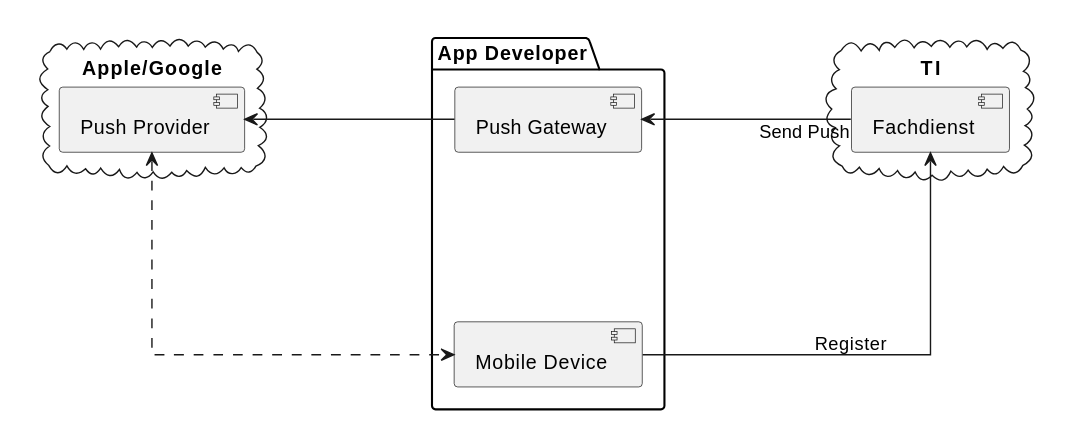
Above: images/diagrams/push_overview.svg in gematik/gem-push-notifications-concept (PlantUML), before the change. The source it was exported from:
```plantuml
@startuml
!theme gematik from ../puml

skinparam nodesep 150

cloud "Apple/Google" {
    component "Push Provider" as PushProvider
}

package "App Developer" {
    component "Push Gateway" as PushGateway
    component "Mobile Device" as MobileDevice
}

PushGateway -left-> PushProvider

MobileDevice <-up.> PushProvider

PushGateway -[hidden]-- MobileDevice

cloud "TI" {
    component Fachdienst
}

Fachdienst <-- MobileDevice : Register
Fachdienst -> PushGateway : "\tSend Push"
@enduml
```
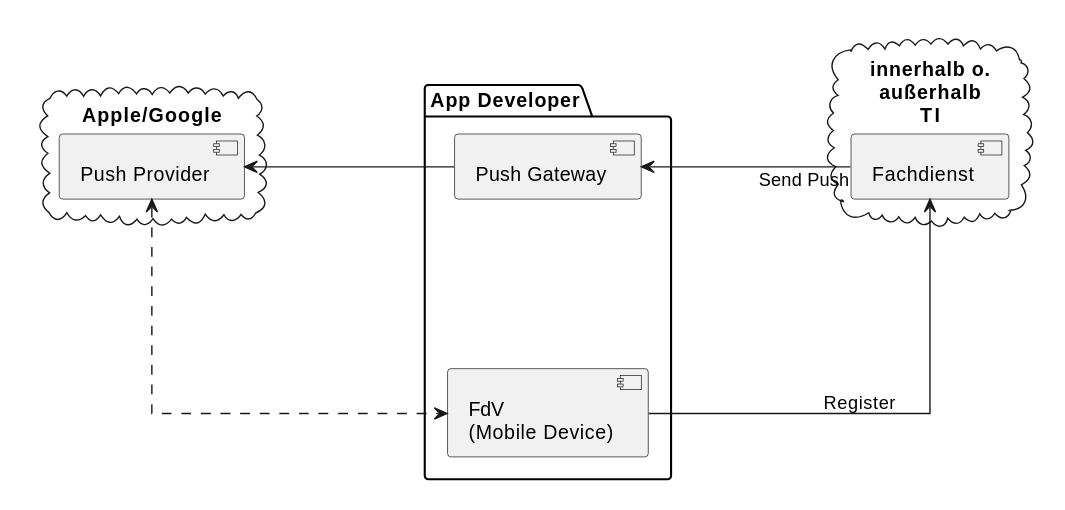
The same diagram one commit later.

Diff of the diagram source:
```diff
@@ -9,7 +9,7 @@
 
 package "App Developer" {
     component "Push Gateway" as PushGateway
-    component "Mobile Device" as MobileDevice
+    component "FdV\n(Mobile Device)" as MobileDevice
 }
 
 PushGateway -left-> PushProvider
@@ -18,9 +18,10 @@
 
 PushGateway -[hidden]-- MobileDevice
 
-cloud "TI" {
+cloud "innerhalb o.\naußerhalb\nTI" {
     component Fachdienst
 }
+
 
 Fachdienst <-- MobileDevice : Register
 Fachdienst -> PushGateway : "\tSend Push"
```
